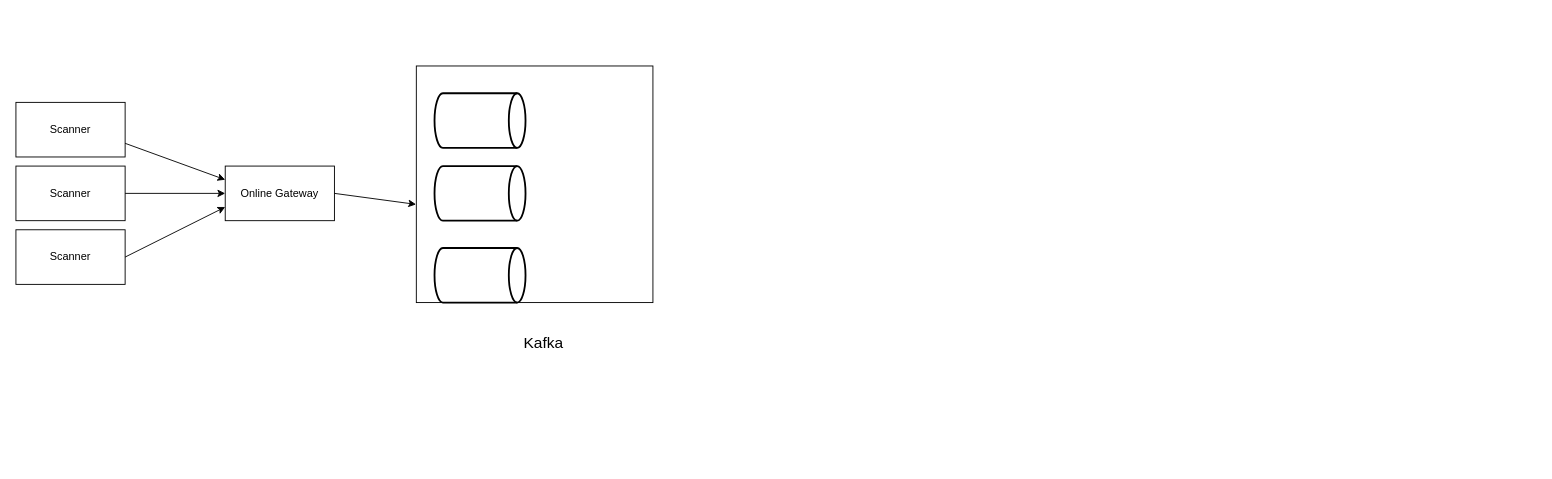
jinyingyu/Examples keeps this draw.io diagram as misc/Copy of mriscanner.drawio. Above is the earlier version. Source tidied: cells renumbered, new cells numbered last; positions are measured from the earlier drawing's top-left corner, leaving out a move shared by most shapes. Both pictures are drawn from the tidied source at 91%, with x=0, y=0 at pixel (15, 66).
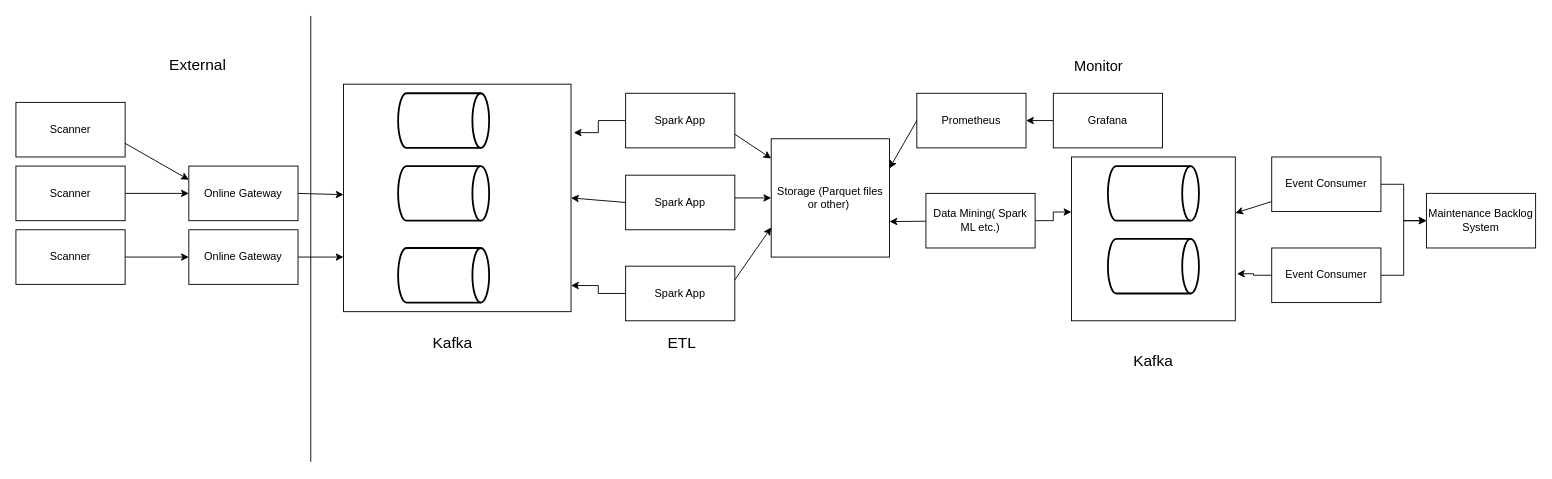
The same diagram, later.

Unchanged cells that the change refers to:
```xml
<mxCell id="5" value="Scanner" style="rounded=0;whiteSpace=wrap;html=1;" parent="1" vertex="1">
  <mxGeometry y="180" width="120" height="60" as="geometry" />
</mxCell>
```

Diff of the diagram source:
```diff
@@
     <mxCell id="4" value="Online Gateway" style="rounded=0;whiteSpace=wrap;html=1;" parent="1" vertex="1">
-      <mxGeometry x="230" y="110" width="120" height="60" as="geometry" />
+      <mxGeometry x="190" y="110" width="120" height="60" as="geometry" />
     </mxCell>
@@
-    <mxCell id="8" style="endArrow=classic;html=1;exitX=1;exitY=0.5;exitDx=0;exitDy=0;entryX=0;entryY=0.75;entryDx=0;entryDy=0;" parent="1" edge="1" source="5" target="4">
+    <mxCell id="8" style="endArrow=classic;html=1;exitX=1;exitY=0.5;exitDx=0;exitDy=0;entryX=0;entryY=0.5;entryDx=0;entryDy=0;" parent="1" edge="1" source="5" target="36">
       <mxGeometry relative="1" as="geometry" />
     </mxCell>
     <mxCell id="9" style="whiteSpace=wrap;html=1;" parent="1" vertex="1">
-      <mxGeometry x="440" width="260" height="260" as="geometry" />
+      <mxGeometry x="360" y="20" width="250" height="250" as="geometry" />
     </mxCell>
     <mxCell id="10" style="strokeWidth=2;html=1;shape=mxgraph.flowchart.direct_data;whiteSpace=wrap;" parent="1" vertex="1">
-      <mxGeometry x="460" y="30" width="100" height="60" as="geometry" />
+      <mxGeometry x="420" y="30" width="100" height="60" as="geometry" />
     </mxCell>
     <mxCell id="11" style="strokeWidth=2;html=1;shape=mxgraph.flowchart.direct_data;whiteSpace=wrap;" parent="1" vertex="1">
-      <mxGeometry x="460" y="110" width="100" height="60" as="geometry" />
+      <mxGeometry x="420" y="110" width="100" height="60" as="geometry" />
     </mxCell>
     <mxCell id="12" style="strokeWidth=2;html=1;shape=mxgraph.flowchart.direct_data;whiteSpace=wrap;" parent="1" vertex="1">
-      <mxGeometry x="460" y="200" width="100" height="60" as="geometry" />
+      <mxGeometry x="420" y="200" width="100" height="60" as="geometry" />
     </mxCell>
     <mxCell id="13" value="&lt;font style=&quot;font-size: 17px&quot;&gt;Kafka&lt;/font&gt;" style="text;html=1;strokeColor=none;fillColor=none;align=center;verticalAlign=middle;whiteSpace=wrap;rounded=0;" parent="1" vertex="1">
-      <mxGeometry x="530" y="270" width="100" height="70" as="geometry" />
+      <mxGeometry x="430" y="270" width="100" height="70" as="geometry" />
     </mxCell>
-    <mxCell id="14" style="endArrow=classic;html=1;entryX=-0.001;entryY=0.585;entryDx=0;entryDy=0;entryPerimeter=0;exitX=1;exitY=0.5;exitDx=0;exitDy=0;" parent="1" edge="1" source="4" target="9">
+    <mxCell id="14" style="endArrow=classic;html=1;exitX=1;exitY=0.5;exitDx=0;exitDy=0;" parent="1" edge="1" source="4" target="9">
       <mxGeometry relative="1" as="geometry" />
     </mxCell>
+    <mxCell id="15" style="edgeStyle=orthogonalEdgeStyle;rounded=0;jettySize=auto;html=1;entryX=1;entryY=0.5;entryDx=0;entryDy=0;exitX=0;exitY=0.5;exitDx=0;exitDy=0;" parent="1" edge="1" source="28" target="27">
+      <mxGeometry relative="1" as="geometry" />
+    </mxCell>
+    <mxCell id="16" value="Spark App" style="rounded=0;whiteSpace=wrap;html=1;" parent="1" vertex="1">
+      <mxGeometry x="670" y="120" width="120" height="60" as="geometry" />
+    </mxCell>
+    <mxCell id="17" style="endArrow=classic;html=1;entryX=1;entryY=0.5;entryDx=0;entryDy=0;exitX=0;exitY=0.5;exitDx=0;exitDy=0;" parent="1" edge="1" source="16" target="9">
+      <mxGeometry relative="1" as="geometry" />
+    </mxCell>
+    <mxCell id="18" style="edgeStyle=orthogonalEdgeStyle;rounded=0;jettySize=auto;html=1;entryX=1.012;entryY=0.213;entryDx=0;entryDy=0;entryPerimeter=0;" parent="1" edge="1" source="19" target="9">
+      <mxGeometry relative="1" as="geometry" />
+    </mxCell>
+    <mxCell id="19" value="Spark App" style="rounded=0;whiteSpace=wrap;html=1;" parent="1" vertex="1">
+      <mxGeometry x="670" y="30" width="120" height="60" as="geometry" />
+    </mxCell>
+    <mxCell id="20" style="edgeStyle=orthogonalEdgeStyle;rounded=0;jettySize=auto;html=1;entryX=1;entryY=0.885;entryDx=0;entryDy=0;entryPerimeter=0;" parent="1" edge="1" source="21" target="9">
+      <mxGeometry relative="1" as="geometry" />
+    </mxCell>
+    <mxCell id="21" value="Spark App" style="rounded=0;whiteSpace=wrap;html=1;" parent="1" vertex="1">
+      <mxGeometry x="670" y="220" width="120" height="60" as="geometry" />
+    </mxCell>
+    <mxCell id="22" value="Storage (Parquet files or other)&amp;nbsp;" style="whiteSpace=wrap;html=1;" parent="1" vertex="1">
+      <mxGeometry x="830" y="80" width="130" height="130" as="geometry" />
+    </mxCell>
+    <mxCell id="23" value="&lt;font style=&quot;font-size: 17px&quot;&gt;ETL&lt;/font&gt;" style="text;html=1;strokeColor=none;fillColor=none;align=center;verticalAlign=middle;whiteSpace=wrap;rounded=0;" parent="1" vertex="1">
+      <mxGeometry x="697" y="292.5" width="70" height="25" as="geometry" />
+    </mxCell>
+    <mxCell id="24" style="endArrow=classic;html=1;exitX=1;exitY=0.75;exitDx=0;exitDy=0;" parent="1" edge="1" source="19" target="22">
+      <mxGeometry relative="1" as="geometry" />
+    </mxCell>
+    <mxCell id="25" style="endArrow=classic;html=1;entryX=0;entryY=0.5;entryDx=0;entryDy=0;" parent="1" edge="1" target="22">
+      <mxGeometry relative="1" as="geometry">
+        <mxPoint x="790" y="145" as="sourcePoint" />
+      </mxGeometry>
+    </mxCell>
+    <mxCell id="26" style="endArrow=classic;html=1;exitX=1;exitY=0.25;exitDx=0;exitDy=0;entryX=0;entryY=0.75;entryDx=0;entryDy=0;" parent="1" edge="1" source="21" target="22">
+      <mxGeometry relative="1" as="geometry" />
+    </mxCell>
+    <mxCell id="27" value="Prometheus" style="rounded=0;whiteSpace=wrap;html=1;" parent="1" vertex="1">
+      <mxGeometry x="990" y="30" width="120" height="60" as="geometry" />
+    </mxCell>
+    <mxCell id="28" value="Grafana" style="rounded=0;whiteSpace=wrap;html=1;" parent="1" vertex="1">
+      <mxGeometry x="1140" y="30" width="120" height="60" as="geometry" />
+    </mxCell>
+    <mxCell id="29" style="endArrow=classic;html=1;exitX=0;exitY=0.5;exitDx=0;exitDy=0;entryX=1;entryY=0.25;entryDx=0;entryDy=0;" parent="1" edge="1" source="27" target="22">
+      <mxGeometry relative="1" as="geometry" />
+    </mxCell>
+    <mxCell id="30" style="edgeStyle=orthogonalEdgeStyle;rounded=0;jettySize=auto;html=1;entryX=-0.001;entryY=0.336;entryDx=0;entryDy=0;entryPerimeter=0;" parent="1" edge="1" source="31" target="37">
+      <mxGeometry relative="1" as="geometry" />
+    </mxCell>
+    <mxCell id="31" value="Data Mining( Spark ML etc.)" style="rounded=0;whiteSpace=wrap;html=1;" parent="1" vertex="1">
+      <mxGeometry x="1000" y="140" width="120" height="60" as="geometry" />
+    </mxCell>
+    <mxCell id="32" style="endArrow=classic;html=1;" parent="1" edge="1" source="31">
+      <mxGeometry relative="1" as="geometry">
+        <mxPoint x="960" y="171" as="targetPoint" />
+      </mxGeometry>
+    </mxCell>
+    <mxCell id="33" style="endArrow=none;html=1;" parent="1" edge="1">
+      <mxGeometry relative="1" as="geometry">
+        <mxPoint x="324" y="435" as="sourcePoint" />
+        <mxPoint x="324" y="-55" as="targetPoint" />
+      </mxGeometry>
+    </mxCell>
+    <mxCell id="34" value="&lt;font style=&quot;font-size: 17px&quot;&gt;External&lt;/font&gt;" style="text;html=1;strokeColor=none;fillColor=none;align=center;verticalAlign=middle;whiteSpace=wrap;rounded=0;" parent="1" vertex="1">
+      <mxGeometry x="180" y="-10" width="40" height="20" as="geometry" />
+    </mxCell>
+    <mxCell id="35" style="edgeStyle=orthogonalEdgeStyle;rounded=0;jettySize=auto;html=1;" parent="1" edge="1" source="36">
+      <mxGeometry relative="1" as="geometry">
+        <mxPoint x="360" y="210" as="targetPoint" />
+      </mxGeometry>
+    </mxCell>
+    <mxCell id="36" value="Online Gateway" style="rounded=0;whiteSpace=wrap;html=1;" parent="1" vertex="1">
+      <mxGeometry x="190" y="180" width="120" height="60" as="geometry" />
+    </mxCell>
+    <mxCell id="37" style="whiteSpace=wrap;html=1;" parent="1" vertex="1">
+      <mxGeometry x="1160" y="100" width="180" height="180" as="geometry" />
+    </mxCell>
+    <mxCell id="38" style="strokeWidth=2;html=1;shape=mxgraph.flowchart.direct_data;whiteSpace=wrap;" parent="1" vertex="1">
+      <mxGeometry x="1200" y="110" width="100" height="60" as="geometry" />
+    </mxCell>
+    <mxCell id="39" style="strokeWidth=2;html=1;shape=mxgraph.flowchart.direct_data;whiteSpace=wrap;" parent="1" vertex="1">
+      <mxGeometry x="1200" y="190" width="100" height="60" as="geometry" />
+    </mxCell>
+    <mxCell id="40" value="&lt;font style=&quot;font-size: 17px&quot;&gt;Kafka&lt;/font&gt;" style="text;html=1;strokeColor=none;fillColor=none;align=center;verticalAlign=middle;whiteSpace=wrap;rounded=0;" parent="1" vertex="1">
+      <mxGeometry x="1200" y="290" width="100" height="70" as="geometry" />
+    </mxCell>
+    <mxCell id="41" value="Maintenance Backlog System" style="rounded=0;whiteSpace=wrap;html=1;" parent="1" vertex="1">
+      <mxGeometry x="1550" y="140" width="120" height="60" as="geometry" />
+    </mxCell>
+    <mxCell id="42" style="endArrow=classic;html=1;" parent="1" edge="1" source="45" target="37">
+      <mxGeometry relative="1" as="geometry" />
+    </mxCell>
+    <mxCell id="43" value="&lt;font style=&quot;font-size: 16px&quot;&gt;Monitor&lt;/font&gt;" style="text;html=1;strokeColor=none;fillColor=none;align=center;verticalAlign=middle;whiteSpace=wrap;rounded=0;" parent="1" vertex="1">
+      <mxGeometry x="1170" y="-10" width="40" height="20" as="geometry" />
+    </mxCell>
+    <mxCell id="44" style="edgeStyle=orthogonalEdgeStyle;rounded=0;jettySize=auto;html=1;" parent="1" edge="1" source="45" target="41">
+      <mxGeometry relative="1" as="geometry" />
+    </mxCell>
+    <mxCell id="45" value="Event Consumer" style="rounded=0;whiteSpace=wrap;html=1;" parent="1" vertex="1">
+      <mxGeometry x="1380" y="100" width="120" height="60" as="geometry" />
+    </mxCell>
+    <mxCell id="46" style="edgeStyle=orthogonalEdgeStyle;rounded=0;jettySize=auto;html=1;entryX=1.01;entryY=0.713;entryDx=0;entryDy=0;entryPerimeter=0;" parent="1" edge="1" source="48" target="37">
+      <mxGeometry relative="1" as="geometry" />
+    </mxCell>
+    <mxCell id="47" style="edgeStyle=orthogonalEdgeStyle;rounded=0;jettySize=auto;html=1;" parent="1" edge="1" source="48" target="41">
+      <mxGeometry relative="1" as="geometry" />
+    </mxCell>
+    <mxCell id="48" value="&lt;span&gt;Event Consumer&lt;/span&gt;" style="rounded=0;whiteSpace=wrap;html=1;" parent="1" vertex="1">
+      <mxGeometry x="1380" y="200" width="120" height="60" as="geometry" />
+    </mxCell>
```
